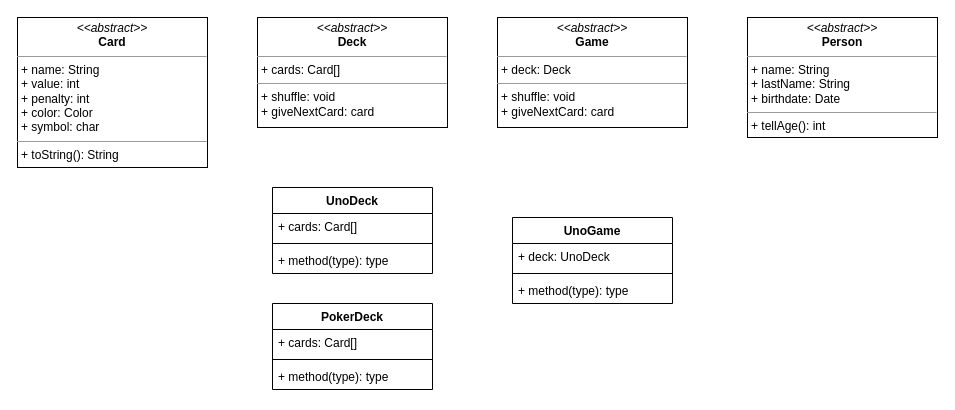
Earlier version of the draw.io diagram model.drawio (iham/cardgameapp). Source tidied: cells renumbered, new cells numbered last; positions are measured from the earlier drawing's top-left corner, leaving out a move shared by most shapes. Both pictures are drawn from the tidied source at 100%, with x=0, y=0 at pixel (17, 17).
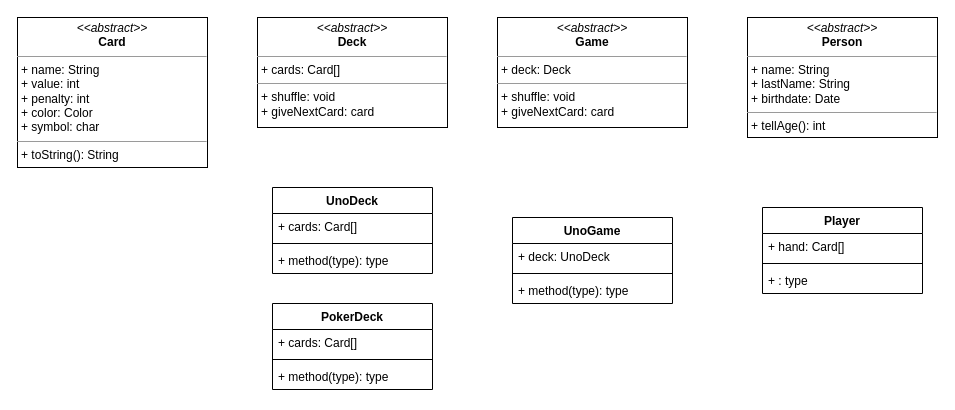
The same page after the edit.

Diff of the diagram source:
```diff
@@
+    <mxCell id="18" value="Player" style="swimlane;fontStyle=1;align=center;verticalAlign=top;horizontal=1;startSize=26;" parent="1" vertex="1">
+      <mxGeometry x="745" y="190" width="160" height="86" as="geometry" />
+    </mxCell>
+    <mxCell id="19" value="+ hand: Card[]" style="text;strokeColor=none;fillColor=none;align=left;verticalAlign=top;spacingLeft=4;spacingRight=4;overflow=hidden;" parent="18" vertex="1">
+      <mxGeometry y="26" width="160" height="26" as="geometry" />
+    </mxCell>
+    <mxCell id="20" style="line;strokeWidth=1;fillColor=none;align=left;verticalAlign=middle;spacingTop=-1;spacingLeft=3;spacingRight=3;labelPosition=right;" parent="18" vertex="1">
+      <mxGeometry y="52" width="160" height="8" as="geometry" />
+    </mxCell>
+    <mxCell id="21" value="+ : type" style="text;strokeColor=none;fillColor=none;align=left;verticalAlign=top;spacingLeft=4;spacingRight=4;overflow=hidden;" parent="18" vertex="1">
+      <mxGeometry y="60" width="160" height="26" as="geometry" />
+    </mxCell>
```
